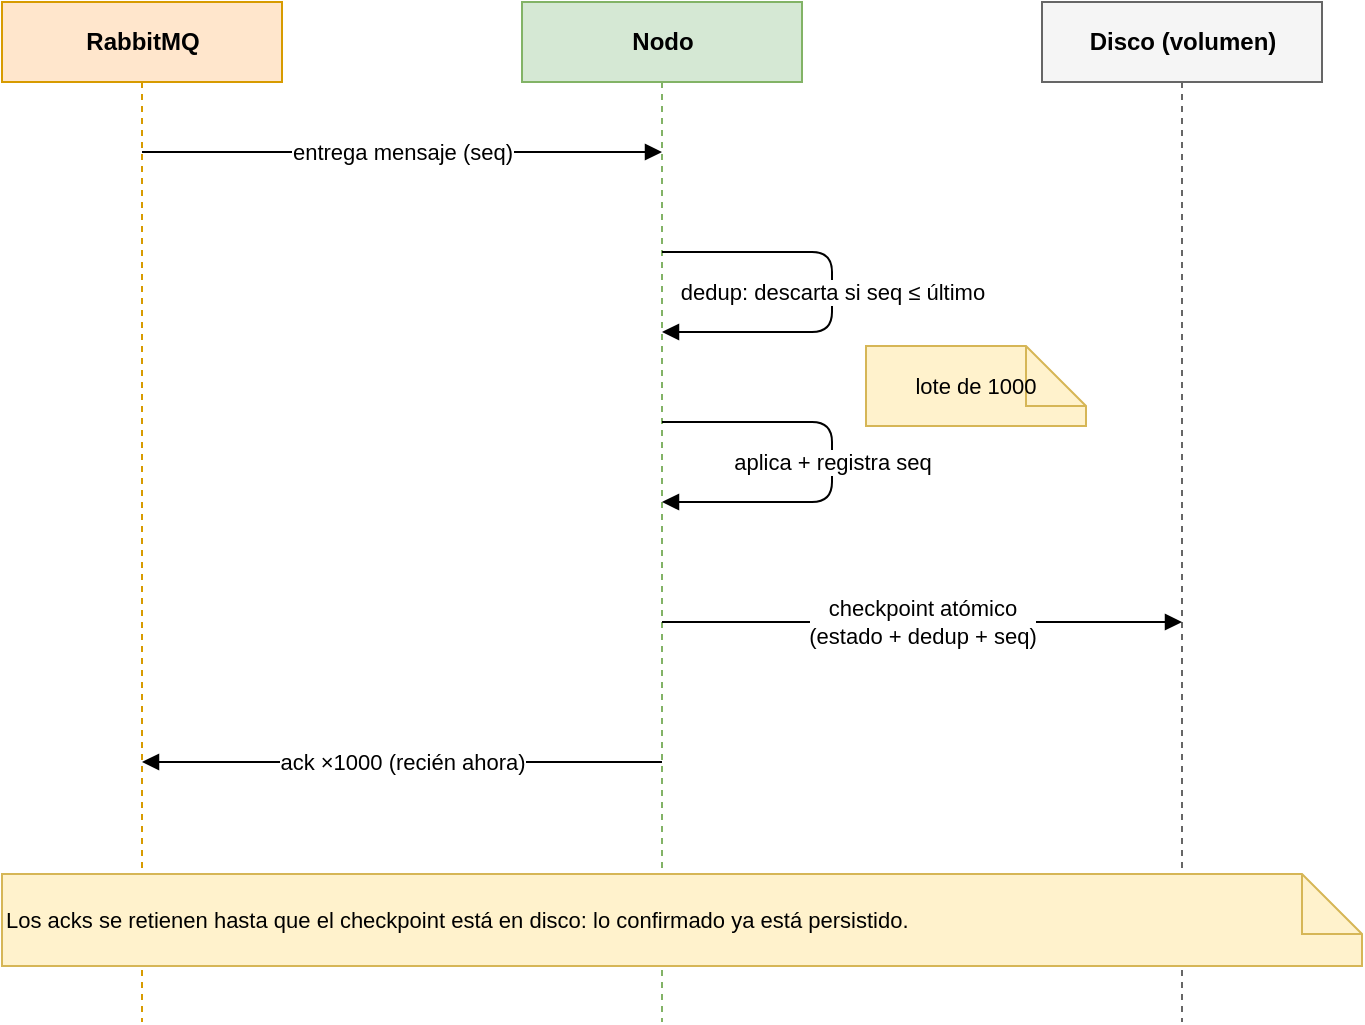
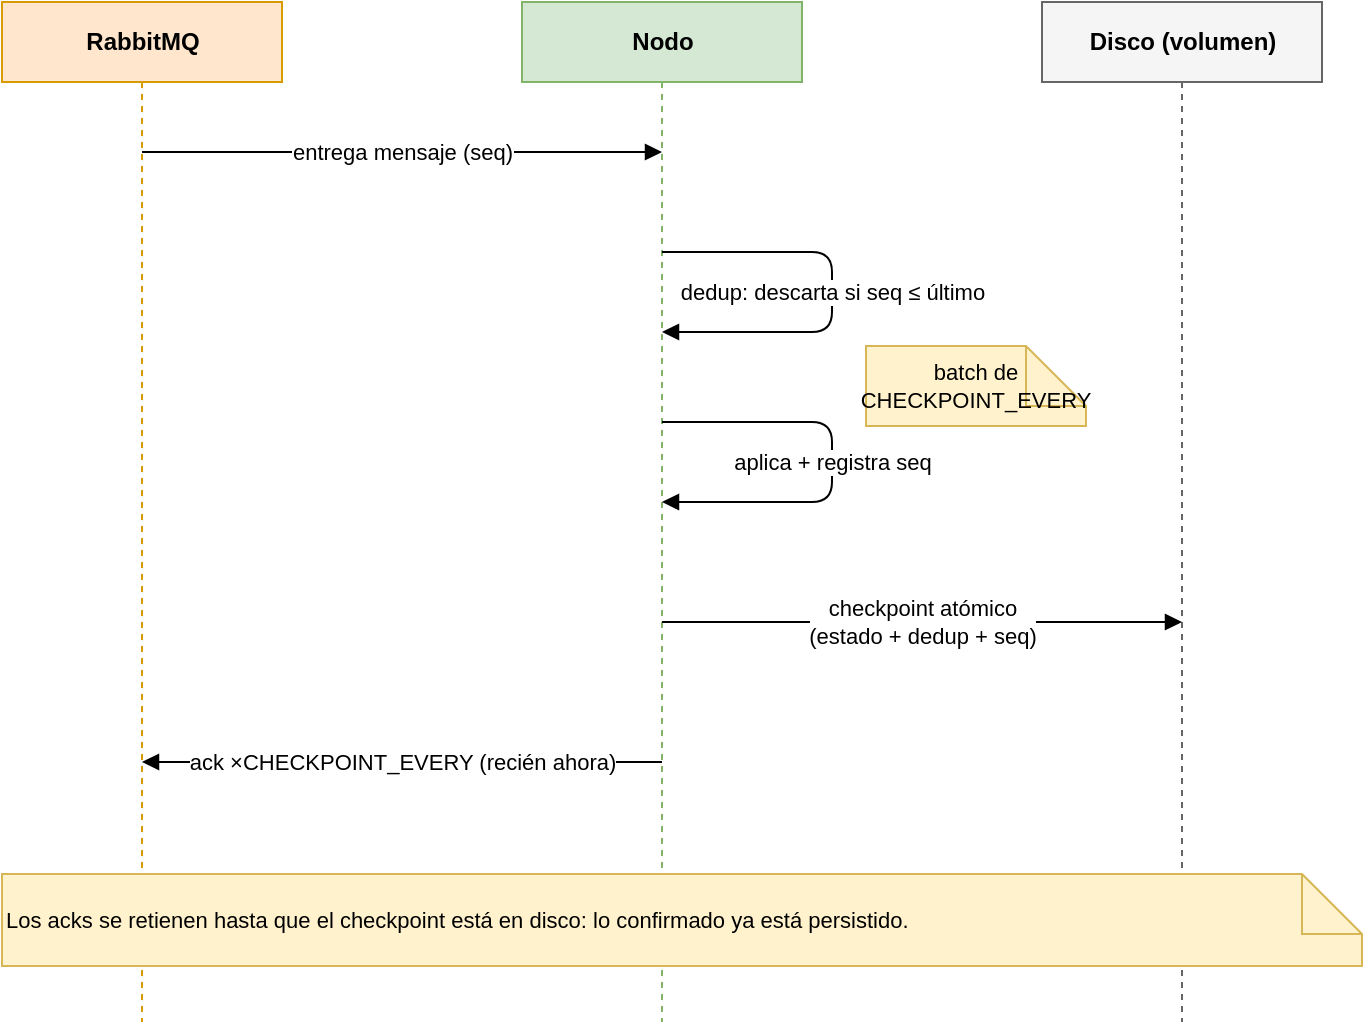
<mxfile host="app.diagrams.net" version="24.0.0">
  <diagram name="ft-checkpoint" id="ftckpt">
    <mxGraphModel dx="900" dy="600" grid="0" gridSize="10" guides="1" tooltips="1" connect="1" arrows="1" fold="1" page="1" pageScale="1" pageWidth="820" pageHeight="580" math="0" shadow="0">
      <root>
        <mxCell id="0" />
        <mxCell id="1" parent="0" />


        <mxCell id="lmq" value="RabbitMQ" style="shape=umlLifeline;perimeter=lifelinePerimeter;html=1;fillColor=#ffe6cc;strokeColor=#d79b00;fontStyle=1;size=40;" vertex="1" parent="1">
          <mxGeometry x="20.00" y="20.00" width="140" height="510" as="geometry" />
        </mxCell>
        <mxCell id="ln" value="Nodo" style="shape=umlLifeline;perimeter=lifelinePerimeter;html=1;fillColor=#d5e8d4;strokeColor=#82b366;fontStyle=1;size=40;" vertex="1" parent="1">
          <mxGeometry x="280.00" y="20.00" width="140" height="510" as="geometry" />
        </mxCell>
        <mxCell id="ld" value="Disco (volumen)" style="shape=umlLifeline;perimeter=lifelinePerimeter;html=1;fillColor=#f5f5f5;strokeColor=#666666;fontStyle=1;size=40;" vertex="1" parent="1">
          <mxGeometry x="540.00" y="20.00" width="140" height="510" as="geometry" />
        </mxCell>


        <mxCell id="m1" value="entrega mensaje (seq)" style="html=1;endArrow=block;fontSize=11;" edge="1" parent="1">
          <mxGeometry relative="1" as="geometry">
            <mxPoint x="90.00" y="95.00" as="sourcePoint" />
            <mxPoint x="350.00" y="95.00" as="targetPoint" />
          </mxGeometry>
        </mxCell>


        <mxCell id="m2" value="dedup: descarta si seq ≤ último" style="html=1;endArrow=block;fontSize=11;rounded=1;" edge="1" parent="1">
          <mxGeometry relative="1" as="geometry">
            <mxPoint x="350.00" y="145.00" as="sourcePoint" />
            <mxPoint x="350.00" y="185.00" as="targetPoint" />
            <Array as="points">
              <mxPoint x="435.00" y="145.00" />
              <mxPoint x="435.00" y="185.00" />
            </Array>
          </mxGeometry>
        </mxCell>


        <mxCell id="m3" value="aplica + registra seq" style="html=1;endArrow=block;fontSize=11;rounded=1;" edge="1" parent="1">
          <mxGeometry relative="1" as="geometry">
            <mxPoint x="350.00" y="230.00" as="sourcePoint" />
            <mxPoint x="350.00" y="270.00" as="targetPoint" />
            <Array as="points">
              <mxPoint x="435.00" y="230.00" />
              <mxPoint x="435.00" y="270.00" />
            </Array>
          </mxGeometry>
        </mxCell>


-         <mxCell id="note1" value="lote de 1000" style="shape=note;whiteSpace=wrap;html=1;fillColor=#fff2cc;strokeColor=#d6b656;fontSize=11;align=center;" vertex="1" parent="1">
+         <mxCell id="note1" value="batch de CHECKPOINT_EVERY" style="shape=note;whiteSpace=wrap;html=1;fillColor=#fff2cc;strokeColor=#d6b656;fontSize=11;align=center;" vertex="1" parent="1">
          <mxGeometry x="452.00" y="192.00" width="110" height="40" as="geometry" />
        </mxCell>


        <mxCell id="m4" value="checkpoint atómico&#10;(estado + dedup + seq)" style="html=1;endArrow=block;fontSize=11;" edge="1" parent="1">
          <mxGeometry relative="1" as="geometry">
            <mxPoint x="350.00" y="330.00" as="sourcePoint" />
            <mxPoint x="610.00" y="330.00" as="targetPoint" />
          </mxGeometry>
        </mxCell>


-         <mxCell id="m5" value="ack ×1000 (recién ahora)" style="html=1;endArrow=block;fontSize=11;" edge="1" parent="1">
+         <mxCell id="m5" value="ack ×CHECKPOINT_EVERY (recién ahora)" style="html=1;endArrow=block;fontSize=11;" edge="1" parent="1">
          <mxGeometry relative="1" as="geometry">
            <mxPoint x="350.00" y="400.00" as="sourcePoint" />
            <mxPoint x="90.00" y="400.00" as="targetPoint" />
          </mxGeometry>
        </mxCell>


        <mxCell id="note2" value="Los acks se retienen hasta que el checkpoint está en disco: lo confirmado ya está persistido." style="shape=note;whiteSpace=wrap;html=1;fillColor=#fff2cc;strokeColor=#d6b656;fontSize=11;align=left;" vertex="1" parent="1">
          <mxGeometry x="20.00" y="456.00" width="680" height="46" as="geometry" />
        </mxCell>

      </root>
    </mxGraphModel>
  </diagram>
</mxfile>